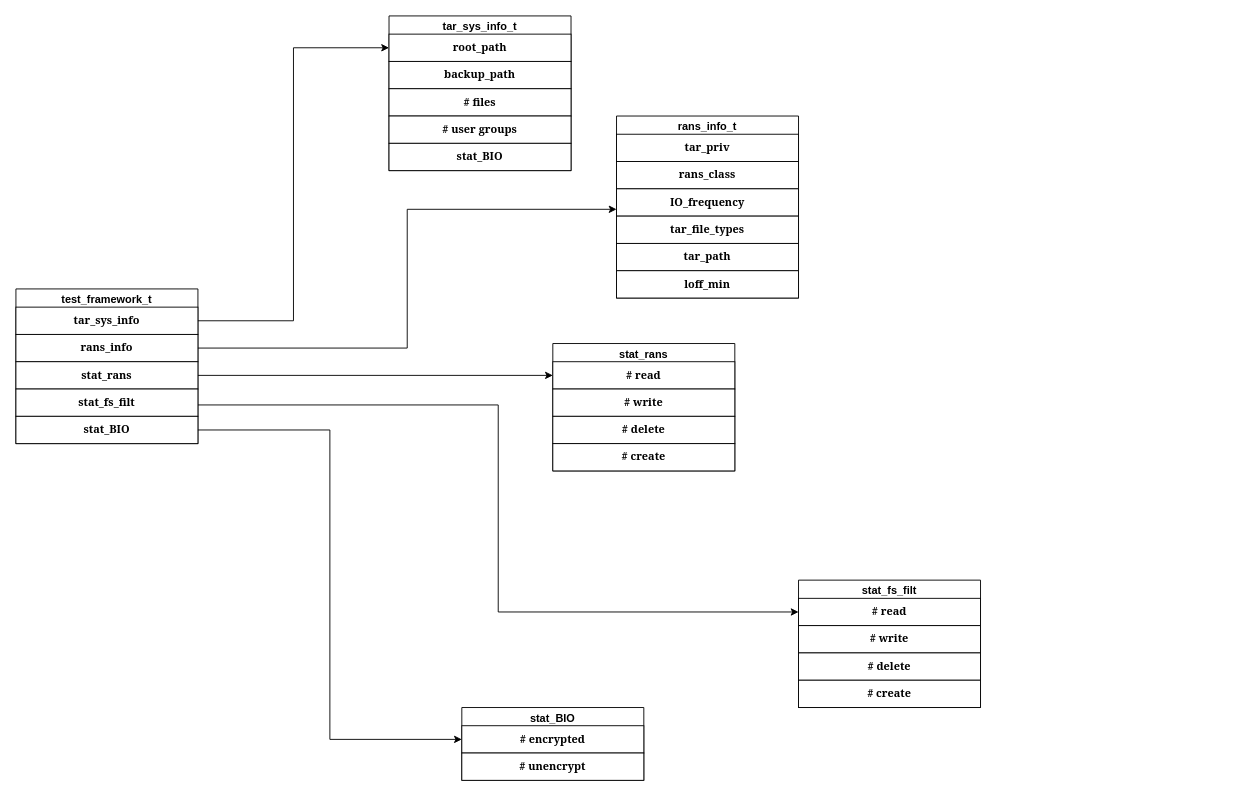
Before: imgs/data structure.drawio in MooMooHorse/ransomware_set, a draw.io diagram. Source tidied: cells renumbered, new cells numbered last; positions are measured from the earlier drawing's top-left corner, leaving out a move shared by most shapes. Both pictures are drawn from the tidied source at 91%, with x=0, y=0 at pixel (15, 15).
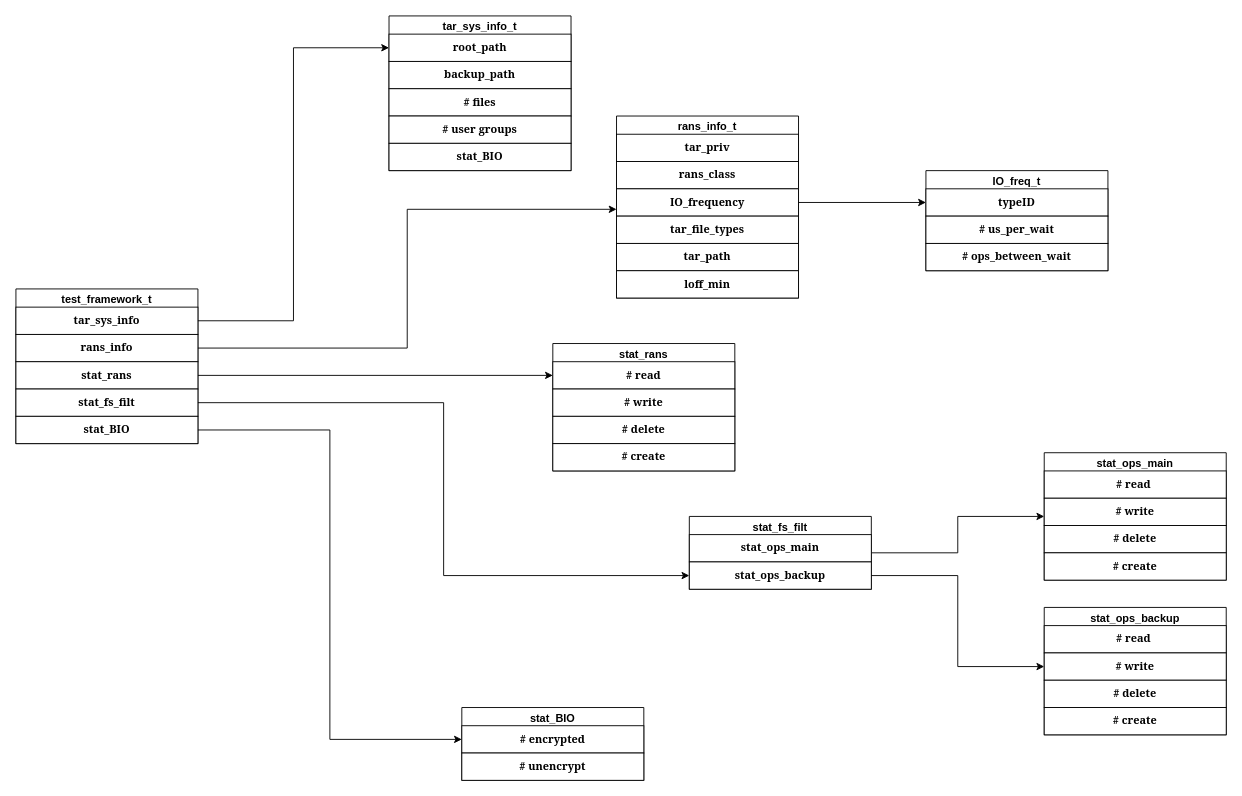
The same page after the edit.

The change refers to these unchanged cells:
```xml
<mxCell id="3" value="test_framework_t" style="swimlane;whiteSpace=wrap;html=1;" parent="1" vertex="1">
  <mxGeometry y="300" width="200" height="170" as="geometry" />
</mxCell>
<mxCell id="7" value="&lt;font face=&quot;Georgia&quot;&gt;&lt;b&gt;stat_fs_filt&lt;/b&gt;&lt;/font&gt;" style="whiteSpace=wrap;html=1;" parent="3" vertex="1">
  <mxGeometry y="110" width="200" height="30" as="geometry" />
</mxCell>
<mxCell id="19" value="&lt;font face=&quot;Georgia&quot;&gt;&lt;b&gt;IO_frequency&lt;/b&gt;&lt;/font&gt;" style="whiteSpace=wrap;html=1;" parent="16" vertex="1">
  <mxGeometry y="80" width="200" height="30" as="geometry" />
</mxCell>
```

What changed in the source:
```diff
@@
-    <mxCell id="2" style="edgeStyle=orthogonalEdgeStyle;rounded=0;jettySize=auto;html=1;exitX=1;exitY=0.75;exitDx=0;exitDy=0;entryX=0;entryY=0.5;entryDx=0;entryDy=0;" parent="1" edge="1" source="3" target="31">
-      <mxGeometry relative="1" as="geometry" />
-    </mxCell>
@@
-    <mxCell id="30" value="stat_fs_filt" style="swimlane;whiteSpace=wrap;html=1;startSize=23;" parent="1" vertex="1">
-      <mxGeometry x="860" y="620" width="200" height="140" as="geometry" />
+    <mxCell id="30" value="stat_ops_main" style="swimlane;whiteSpace=wrap;html=1;startSize=23;" parent="1" vertex="1">
+      <mxGeometry x="1130" y="480" width="200" height="140" as="geometry" />
     </mxCell>
-    <mxCell id="31" value="&lt;font face=&quot;Georgia&quot;&gt;&lt;b&gt;# read&lt;/b&gt;&lt;/font&gt;" style="whiteSpace=wrap;html=1;" parent="30" vertex="1">
+    <mxCell id="31" value="&lt;font face=&quot;Georgia&quot;&gt;&lt;b&gt;# read&amp;nbsp;&lt;/b&gt;&lt;/font&gt;" style="whiteSpace=wrap;html=1;" parent="30" vertex="1">
       <mxGeometry y="20" width="200" height="30" as="geometry" />
     </mxCell>
@@
+    <mxCell id="39" value="stat_ops_backup" style="swimlane;whiteSpace=wrap;html=1;startSize=23;" parent="1" vertex="1">
+      <mxGeometry x="1130" y="650" width="200" height="140" as="geometry" />
+    </mxCell>
+    <mxCell id="40" value="&lt;font face=&quot;Georgia&quot;&gt;&lt;b&gt;# read&amp;nbsp;&lt;/b&gt;&lt;/font&gt;" style="whiteSpace=wrap;html=1;" parent="39" vertex="1">
+      <mxGeometry y="20" width="200" height="30" as="geometry" />
+    </mxCell>
+    <mxCell id="41" value="&lt;font face=&quot;Georgia&quot;&gt;&lt;b&gt;# write&lt;/b&gt;&lt;/font&gt;" style="whiteSpace=wrap;html=1;" parent="39" vertex="1">
+      <mxGeometry y="50" width="200" height="30" as="geometry" />
+    </mxCell>
+    <mxCell id="42" value="&lt;font face=&quot;Georgia&quot;&gt;&lt;b&gt;# delete&lt;/b&gt;&lt;/font&gt;" style="whiteSpace=wrap;html=1;" parent="39" vertex="1">
+      <mxGeometry y="80" width="200" height="30" as="geometry" />
+    </mxCell>
+    <mxCell id="43" value="&lt;font face=&quot;Georgia&quot;&gt;&lt;b&gt;# create&lt;/b&gt;&lt;/font&gt;" style="whiteSpace=wrap;html=1;" parent="39" vertex="1">
+      <mxGeometry y="110" width="200" height="30" as="geometry" />
+    </mxCell>
+    <mxCell id="44" style="edgeStyle=orthogonalEdgeStyle;rounded=0;jettySize=auto;html=1;exitX=1;exitY=0.5;exitDx=0;exitDy=0;entryX=0;entryY=0.5;entryDx=0;entryDy=0;" parent="1" edge="1" source="45" target="30">
+      <mxGeometry relative="1" as="geometry" />
+    </mxCell>
+    <mxCell id="45" value="stat_fs_filt" style="swimlane;whiteSpace=wrap;html=1;startSize=23;" parent="1" vertex="1">
+      <mxGeometry x="740" y="550" width="200" height="80" as="geometry" />
+    </mxCell>
+    <mxCell id="46" value="&lt;font face=&quot;Georgia&quot;&gt;&lt;b&gt;stat_ops_main&lt;/b&gt;&lt;/font&gt;" style="whiteSpace=wrap;html=1;" parent="45" vertex="1">
+      <mxGeometry y="20" width="200" height="30" as="geometry" />
+    </mxCell>
+    <mxCell id="47" value="&lt;font face=&quot;Georgia&quot;&gt;&lt;b&gt;stat_ops_backup&lt;/b&gt;&lt;/font&gt;" style="whiteSpace=wrap;html=1;" parent="45" vertex="1">
+      <mxGeometry y="50" width="200" height="30" as="geometry" />
+    </mxCell>
+    <mxCell id="48" style="edgeStyle=orthogonalEdgeStyle;rounded=0;jettySize=auto;html=1;exitX=1;exitY=0.5;exitDx=0;exitDy=0;entryX=0;entryY=0.5;entryDx=0;entryDy=0;" parent="1" edge="1" source="7" target="47">
+      <mxGeometry relative="1" as="geometry" />
+    </mxCell>
+    <mxCell id="49" style="edgeStyle=orthogonalEdgeStyle;rounded=0;jettySize=auto;html=1;exitX=1;exitY=0.5;exitDx=0;exitDy=0;entryX=0;entryY=0.5;entryDx=0;entryDy=0;" parent="1" edge="1" source="47" target="41">
+      <mxGeometry relative="1" as="geometry" />
+    </mxCell>
+    <mxCell id="50" value="IO_freq_t" style="swimlane;whiteSpace=wrap;html=1;startSize=23;" parent="1" vertex="1">
+      <mxGeometry x="1000" y="170" width="200" height="110" as="geometry" />
+    </mxCell>
+    <mxCell id="51" value="&lt;font face=&quot;Georgia&quot;&gt;&lt;b&gt;typeID&lt;/b&gt;&lt;/font&gt;" style="whiteSpace=wrap;html=1;" parent="50" vertex="1">
+      <mxGeometry y="20" width="200" height="30" as="geometry" />
+    </mxCell>
+    <mxCell id="52" value="&lt;font face=&quot;Georgia&quot;&gt;&lt;b&gt;# us_per_wait&lt;/b&gt;&lt;/font&gt;" style="whiteSpace=wrap;html=1;" parent="50" vertex="1">
+      <mxGeometry y="50" width="200" height="30" as="geometry" />
+    </mxCell>
+    <mxCell id="53" value="&lt;font face=&quot;Georgia&quot;&gt;&lt;b&gt;# ops_between_wait&lt;/b&gt;&lt;/font&gt;" style="whiteSpace=wrap;html=1;" parent="50" vertex="1">
+      <mxGeometry y="80" width="200" height="30" as="geometry" />
+    </mxCell>
+    <mxCell id="54" style="edgeStyle=orthogonalEdgeStyle;rounded=0;jettySize=auto;html=1;exitX=1;exitY=0.5;exitDx=0;exitDy=0;" parent="1" edge="1" source="19" target="51">
+      <mxGeometry relative="1" as="geometry" />
+    </mxCell>
```
